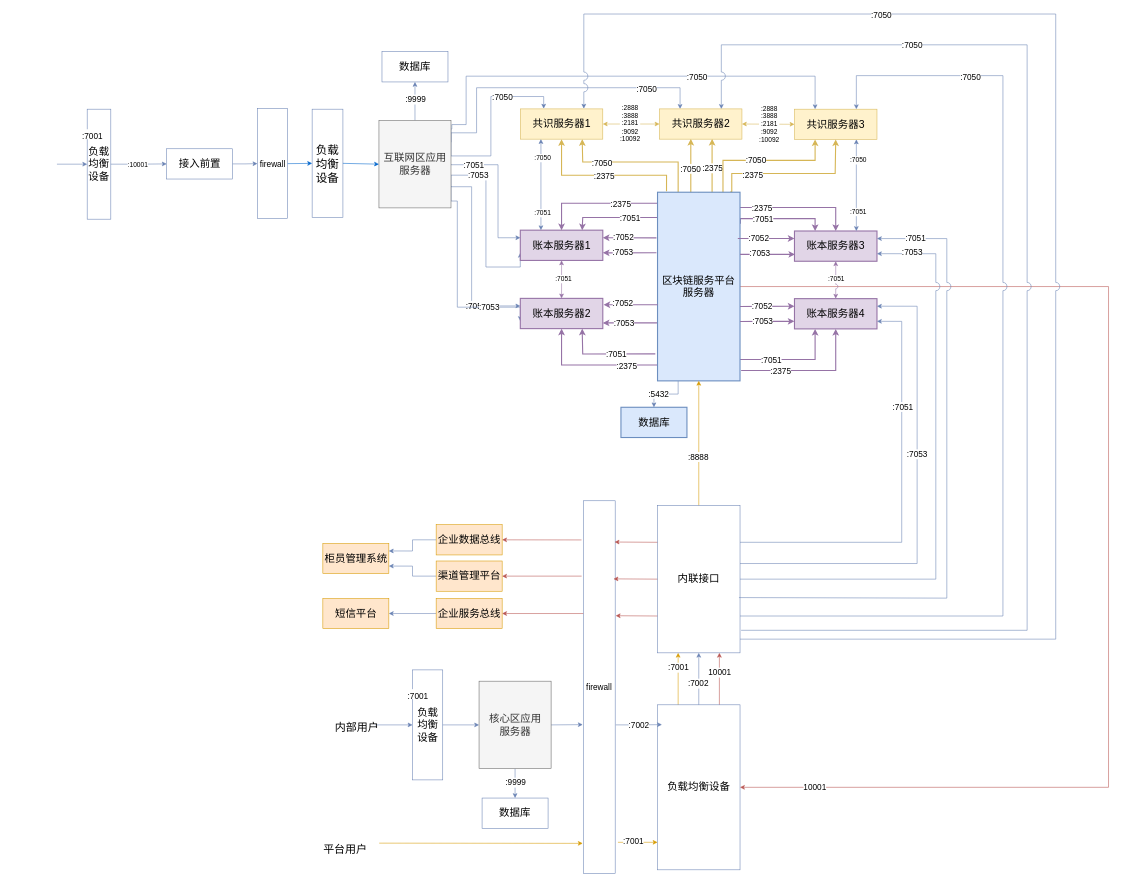
dilide/collections keeps this draw.io diagram as repository/drawio/postb/网络拓扑图.drawio. Above is the earlier version. Source tidied: cells renumbered, new cells numbered last; positions are measured from the earlier drawing's top-left corner, leaving out a move shared by most shapes. Both pictures are drawn from the tidied source at 55%, with x=0, y=0 at pixel (57, 14).
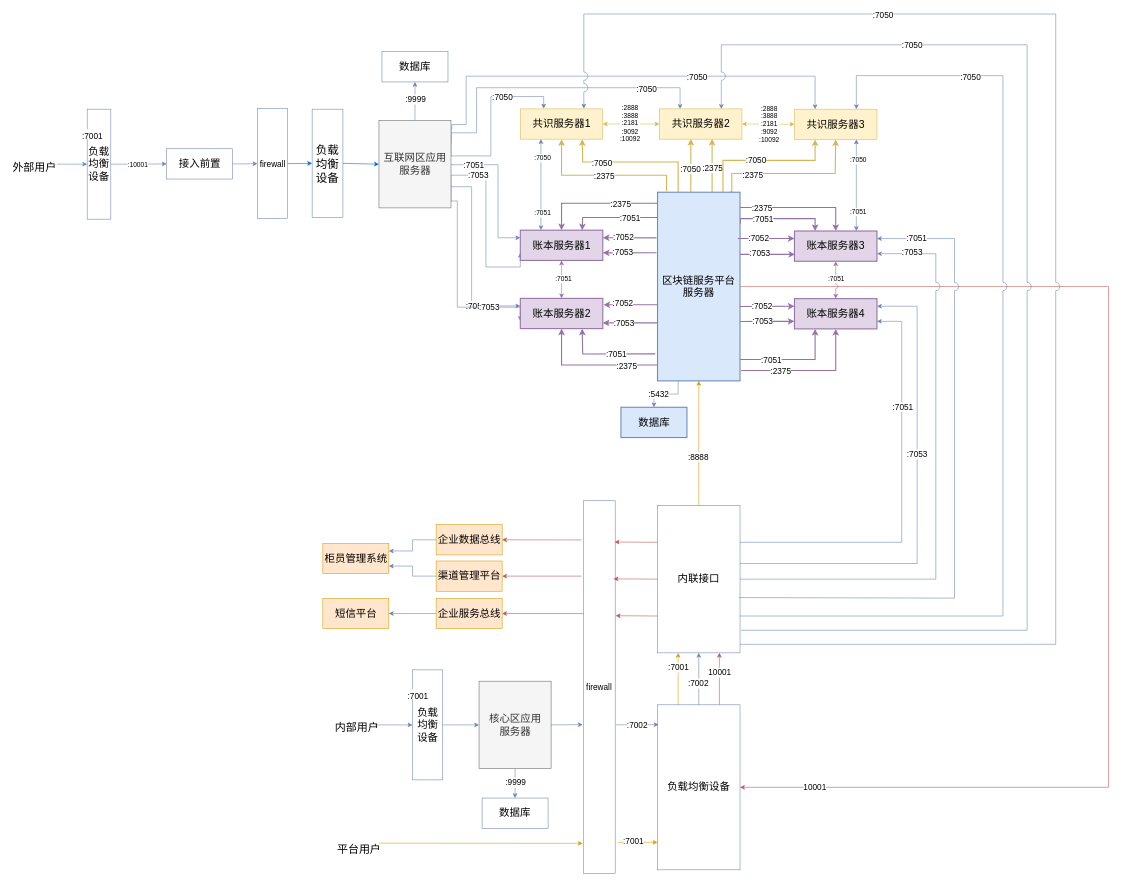
The same page after the edit.

Commit message:
Update 网络拓扑图.drawio

The change refers to these unchanged cells:
```xml
<mxCell id="10" value="负载均衡设备" style="rounded=0;whiteSpace=wrap;html=1;labelBackgroundColor=none;strokeColor=#6881B3;fillColor=none;fontSize=19;align=center;" parent="1" vertex="1">
  <mxGeometry x="1092" y="1256" width="150" height="300" as="geometry" />
</mxCell>
<mxCell id="42" value="账本服务器3" style="rounded=0;whiteSpace=wrap;html=1;labelBackgroundColor=none;strokeColor=#9673a6;fillColor=#e1d5e7;fontSize=19;align=center;strokeWidth=2;" parent="1" vertex="1">
  <mxGeometry x="1341" y="394.5" width="150" height="55" as="geometry" />
</mxCell>
<mxCell id="110" value="firewall" style="rounded=0;whiteSpace=wrap;html=1;labelBackgroundColor=none;strokeColor=#6881B3;fillColor=none;fontSize=15;align=center;rotation=0;" parent="1" vertex="1">
  <mxGeometry x="957" y="885" width="58" height="678" as="geometry" />
</mxCell>
<mxCell id="130" value="内联接口" style="rounded=0;whiteSpace=wrap;html=1;labelBackgroundColor=none;strokeColor=#6881B3;fillColor=none;fontSize=19;align=center;" parent="1" vertex="1">
  <mxGeometry x="1092" y="893.5" width="150" height="268" as="geometry" />
</mxCell>
```

What changed in the source:
```diff
@@
-    <mxCell id="108" style="edgeStyle=orthogonalEdgeStyle;rounded=0;jettySize=auto;html=1;exitX=1.017;exitY=0.601;exitDx=0;exitDy=0;strokeColor=#6881B3;fontSize=15;exitPerimeter=0;entryX=0.053;entryY=0.12;entryDx=0;entryDy=0;entryPerimeter=0;" parent="1" edge="1" source="110" target="10">
-      <mxGeometry relative="1" as="geometry" />
+    <mxCell id="108" style="edgeStyle=orthogonalEdgeStyle;rounded=0;jettySize=auto;html=1;exitX=1.017;exitY=0.601;exitDx=0;exitDy=0;strokeColor=#6881B3;fontSize=15;exitPerimeter=0;" parent="1" edge="1" source="110">
+      <mxGeometry relative="1" as="geometry">
+        <mxPoint x="1094" y="1292" as="targetPoint" />
+      </mxGeometry>
     </mxCell>
@@
     <mxCell id="111" style="edgeStyle=orthogonalEdgeStyle;rounded=0;jettySize=auto;html=1;exitX=0.987;exitY=0.625;exitDx=0;exitDy=0;entryX=1;entryY=0.25;entryDx=0;entryDy=0;strokeColor=#6881B3;fontSize=15;exitPerimeter=0;jumpStyle=arc;jumpSize=15;" parent="1" edge="1" source="130" target="42">
       <mxGeometry relative="1" as="geometry">
         <Array as="points">
-          <mxPoint x="1618" y="1062" />
-          <mxPoint x="1618" y="408" />
+          <mxPoint x="1632" y="1062" />
+          <mxPoint x="1632" y="408" />
         </Array>
       </mxGeometry>
     </mxCell>
@@
-    <mxCell id="119" style="edgeStyle=orthogonalEdgeStyle;rounded=0;jettySize=auto;html=1;entryX=0.75;entryY=0;entryDx=0;entryDy=0;strokeColor=#6881B3;fontSize=15;comic=0;jumpStyle=arc;jumpSize=15;exitX=1;exitY=0.907;exitDx=0;exitDy=0;exitPerimeter=0;" parent="1" edge="1" source="130">
+    <mxCell id="119" style="edgeStyle=orthogonalEdgeStyle;rounded=0;orthogonalLoop=1;jettySize=auto;html=1;entryX=0.75;entryY=0;entryDx=0;entryDy=0;strokeColor=#6881B3;fontSize=15;comic=0;jumpStyle=arc;jumpSize=15;" parent="1" edge="1">
       <mxGeometry relative="1" as="geometry">
+        <mxPoint x="1242" y="1146" as="sourcePoint" />
         <mxPoint x="958" y="172" as="targetPoint" />
         <Array as="points">
-          <mxPoint x="1816" y="1136" />
+          <mxPoint x="1816" y="1146" />
           <mxPoint x="1816" />
           <mxPoint x="958" />
         </Array>
       </mxGeometry>
     </mxCell>
@@
     <mxCell id="150" value="平台用户" style="text;html=1;align=center;verticalAlign=top;spacingTop=-4;fontSize=20;" parent="1" vertex="1">
-      <mxGeometry x="495" y="1503.5" width="58" height="14" as="geometry" />
+      <mxGeometry x="520" y="1503.5" width="58" height="14" as="geometry" />
     </mxCell>
@@
+    <mxCell id="157" value="外部用户" style="text;html=1;align=center;verticalAlign=top;spacingTop=-4;fontSize=20;" parent="1" vertex="1">
+      <mxGeometry x="-86" y="264" width="90" height="24" as="geometry" />
+    </mxCell>
```
